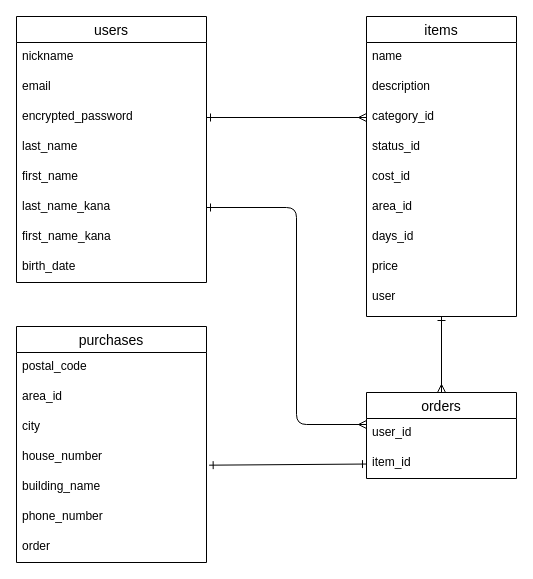
sfsf700/furima-38227 keeps this draw.io diagram as furima.dio. Above is the earlier version. Source tidied: cells renumbered, new cells numbered last; positions are measured from the earlier drawing's top-left corner, leaving out a move shared by most shapes. Both pictures are drawn from the tidied source at 100%, with x=0, y=0 at pixel (16, 16).
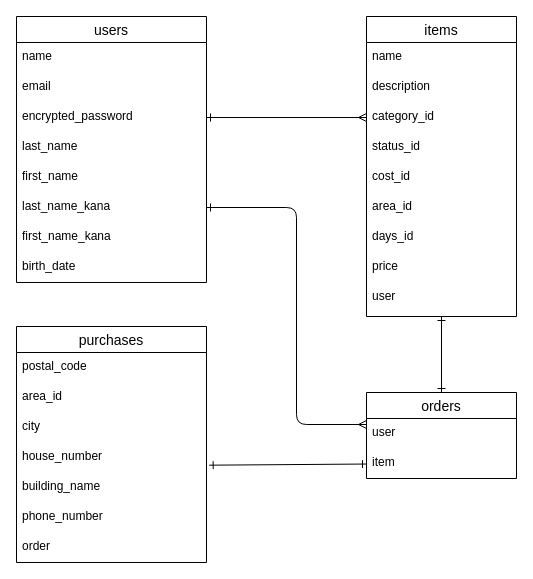
The same diagram, later.

Commit message:
データベース設計の修正#7

The change refers to these unchanged cells:
```xml
<mxCell id="3" value="items" style="swimlane;fontStyle=0;horizontal=1;startSize=26;align=center;fontSize=14;" parent="1" vertex="1">
  <mxGeometry x="350" width="150" height="300" as="geometry" />
</mxCell>
<mxCell id="13" value="users" style="swimlane;fontStyle=0;horizontal=1;startSize=26;align=center;fontSize=14;" parent="1" vertex="1">
  <mxGeometry width="190" height="266" as="geometry" />
</mxCell>
<mxCell id="31" value="orders" style="swimlane;fontStyle=0;horizontal=1;startSize=26;align=center;fontSize=14;" parent="1" vertex="1">
  <mxGeometry x="350" y="376" width="150" height="86" as="geometry" />
</mxCell>
```

The edit, as a diff of the source:
```diff
@@
-    <mxCell id="2" style="edgeStyle=none;html=1;entryX=0.5;entryY=0;entryDx=0;entryDy=0;startArrow=ERone;startFill=0;endArrow=ERmany;endFill=0;" parent="1" edge="1" source="3" target="31">
+    <mxCell id="2" style="edgeStyle=none;html=1;entryX=0.5;entryY=0;entryDx=0;entryDy=0;startArrow=ERone;startFill=0;endArrow=ERone;endFill=0;" parent="1" edge="1" source="3" target="31">
       <mxGeometry relative="1" as="geometry" />
     </mxCell>
@@
-    <mxCell id="14" value="nickname" style="text;strokeColor=none;fillColor=none;spacingLeft=4;spacingRight=4;overflow=hidden;fontSize=12;" parent="13" vertex="1">
+    <mxCell id="14" value="name" style="text;strokeColor=none;fillColor=none;spacingLeft=4;spacingRight=4;overflow=hidden;fontSize=12;" parent="13" vertex="1">
       <mxGeometry y="26" width="190" height="30" as="geometry" />
     </mxCell>
@@
-    <mxCell id="32" value="user_id" style="text;strokeColor=none;fillColor=none;spacingLeft=4;spacingRight=4;overflow=hidden;fontSize=12;" parent="31" vertex="1">
+    <mxCell id="32" value="user" style="text;strokeColor=none;fillColor=none;spacingLeft=4;spacingRight=4;overflow=hidden;fontSize=12;" parent="31" vertex="1">
       <mxGeometry y="26" width="150" height="30" as="geometry" />
     </mxCell>
-    <mxCell id="33" value="item_id" style="text;strokeColor=none;fillColor=none;spacingLeft=4;spacingRight=4;overflow=hidden;points=[[0,0.5],[1,0.5]];portConstraint=eastwest;fontSize=12;" parent="31" vertex="1">
+    <mxCell id="33" value="item" style="text;strokeColor=none;fillColor=none;spacingLeft=4;spacingRight=4;overflow=hidden;points=[[0,0.5],[1,0.5]];portConstraint=eastwest;fontSize=12;" parent="31" vertex="1">
       <mxGeometry y="56" width="150" height="30" as="geometry" />
     </mxCell>
```
